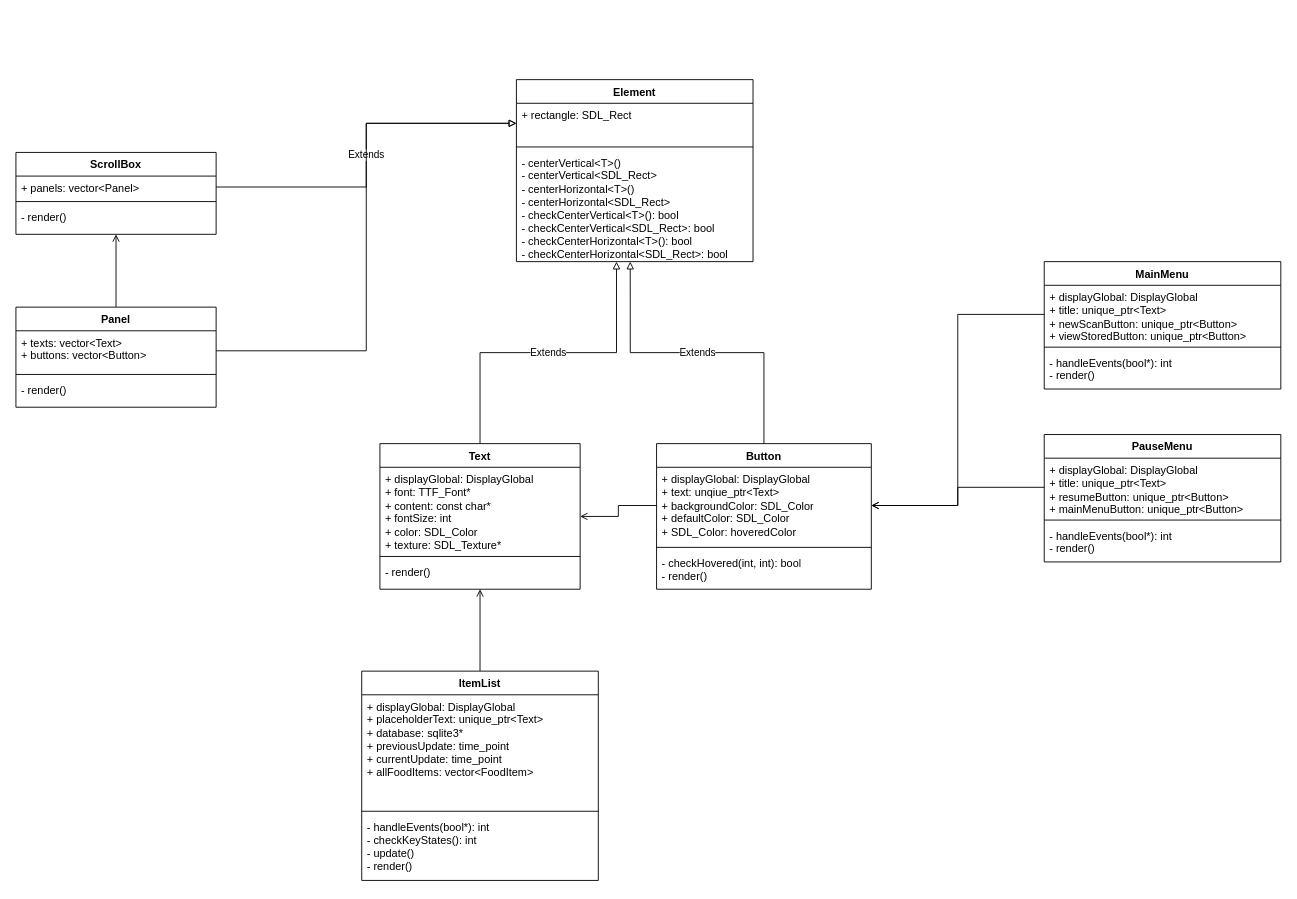
The draw.io diagram display/diagrams/gui_class_diagram.drawio in Joedahms/expirationTracker, before the edit. Source tidied: cells renumbered, new cells numbered last; positions are measured from the earlier drawing's top-left corner, leaving out a move shared by most shapes. Both pictures are drawn from the tidied source at 91%, with x=0, y=0 at pixel (15, 79).
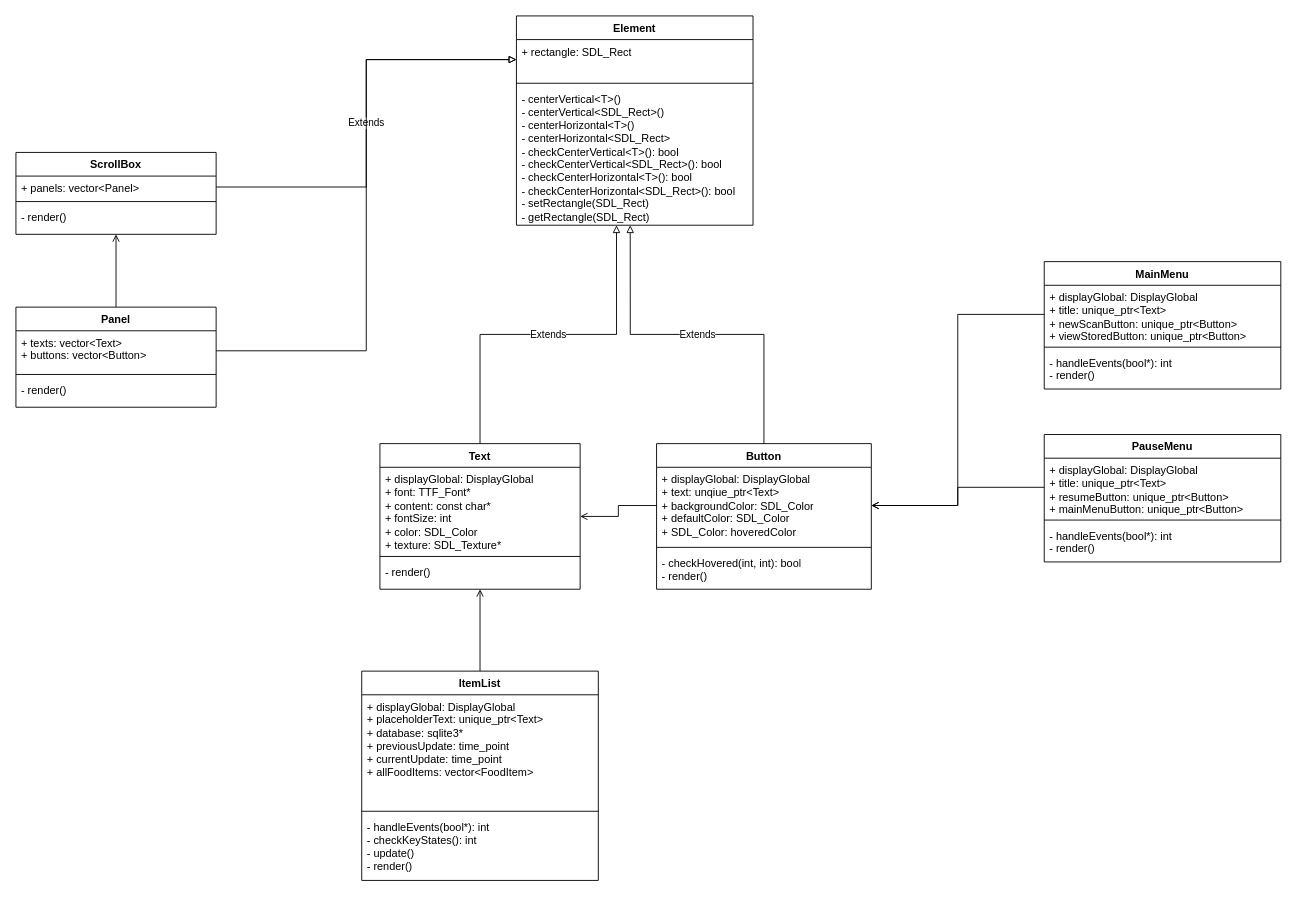
The same diagram, later.

The edit, as a diff of the source:
```diff
@@
     <mxCell id="2" value="Element" style="swimlane;fontStyle=1;align=center;verticalAlign=top;horizontal=1;startSize=26;whiteSpace=wrap;html=1;" parent="1" vertex="1">
-      <mxGeometry x="550" width="260" height="200" as="geometry" />
+      <mxGeometry x="550" y="-70" width="260" height="230" as="geometry" />
     </mxCell>
@@
-    <mxCell id="5" value="&lt;div&gt;- centerVertical&amp;lt;T&amp;gt;()&lt;/div&gt;&lt;div&gt;- centerVertical&amp;lt;SDL_Rect&amp;gt;&lt;br&gt;&lt;/div&gt;&lt;div&gt;- centerHorizontal&amp;lt;T&amp;gt;()&lt;/div&gt;&lt;div&gt;- centerHorizontal&amp;lt;SDL_Rect&amp;gt;&lt;/div&gt;&lt;div&gt;&lt;div&gt;- checkCenterVertical&amp;lt;T&amp;gt;(): bool&lt;br&gt;&lt;/div&gt;&lt;div&gt;- checkCenterVertical&amp;lt;SDL_Rect&amp;gt;: bool&lt;br&gt;&lt;/div&gt;&lt;div&gt;- checkCenterHorizontal&amp;lt;T&amp;gt;(): bool&lt;br&gt;&lt;/div&gt;&lt;div&gt;- checkCenterHorizontal&amp;lt;SDL_Rect&amp;gt;: bool&lt;br&gt;&lt;/div&gt;&lt;/div&gt;" style="text;strokeColor=none;fillColor=none;align=left;verticalAlign=top;spacingLeft=4;spacingRight=4;overflow=hidden;points=[[0,0.5],[1,0.5]];portConstraint=eastwest;whiteSpace=wrap;html=1;" parent="2" vertex="1">
-      <mxGeometry y="78" width="260" height="122" as="geometry" />
+    <mxCell id="5" value="&lt;div&gt;- centerVertical&amp;lt;T&amp;gt;()&lt;/div&gt;&lt;div&gt;- centerVertical&amp;lt;SDL_Rect&amp;gt;()&lt;br&gt;&lt;/div&gt;&lt;div&gt;- centerHorizontal&amp;lt;T&amp;gt;()&lt;/div&gt;&lt;div&gt;- centerHorizontal&amp;lt;SDL_Rect&amp;gt;&lt;/div&gt;&lt;div&gt;&lt;div&gt;- checkCenterVertical&amp;lt;T&amp;gt;(): bool&lt;br&gt;&lt;/div&gt;&lt;div&gt;- checkCenterVertical&amp;lt;SDL_Rect&amp;gt;(): bool&lt;br&gt;&lt;/div&gt;&lt;div&gt;- checkCenterHorizontal&amp;lt;T&amp;gt;(): bool&lt;br&gt;&lt;/div&gt;&lt;div&gt;- checkCenterHorizontal&amp;lt;SDL_Rect&amp;gt;(): bool&lt;br&gt;&lt;/div&gt;&lt;/div&gt;&lt;div&gt;- setRectangle(SDL_Rect)&lt;/div&gt;&lt;div&gt;- getRectangle(SDL_Rect) &lt;br&gt;&lt;/div&gt;&lt;div&gt;&lt;br&gt;&lt;/div&gt;" style="text;strokeColor=none;fillColor=none;align=left;verticalAlign=top;spacingLeft=4;spacingRight=4;overflow=hidden;points=[[0,0.5],[1,0.5]];portConstraint=eastwest;whiteSpace=wrap;html=1;" parent="2" vertex="1">
+      <mxGeometry y="78" width="260" height="152" as="geometry" />
     </mxCell>
```
